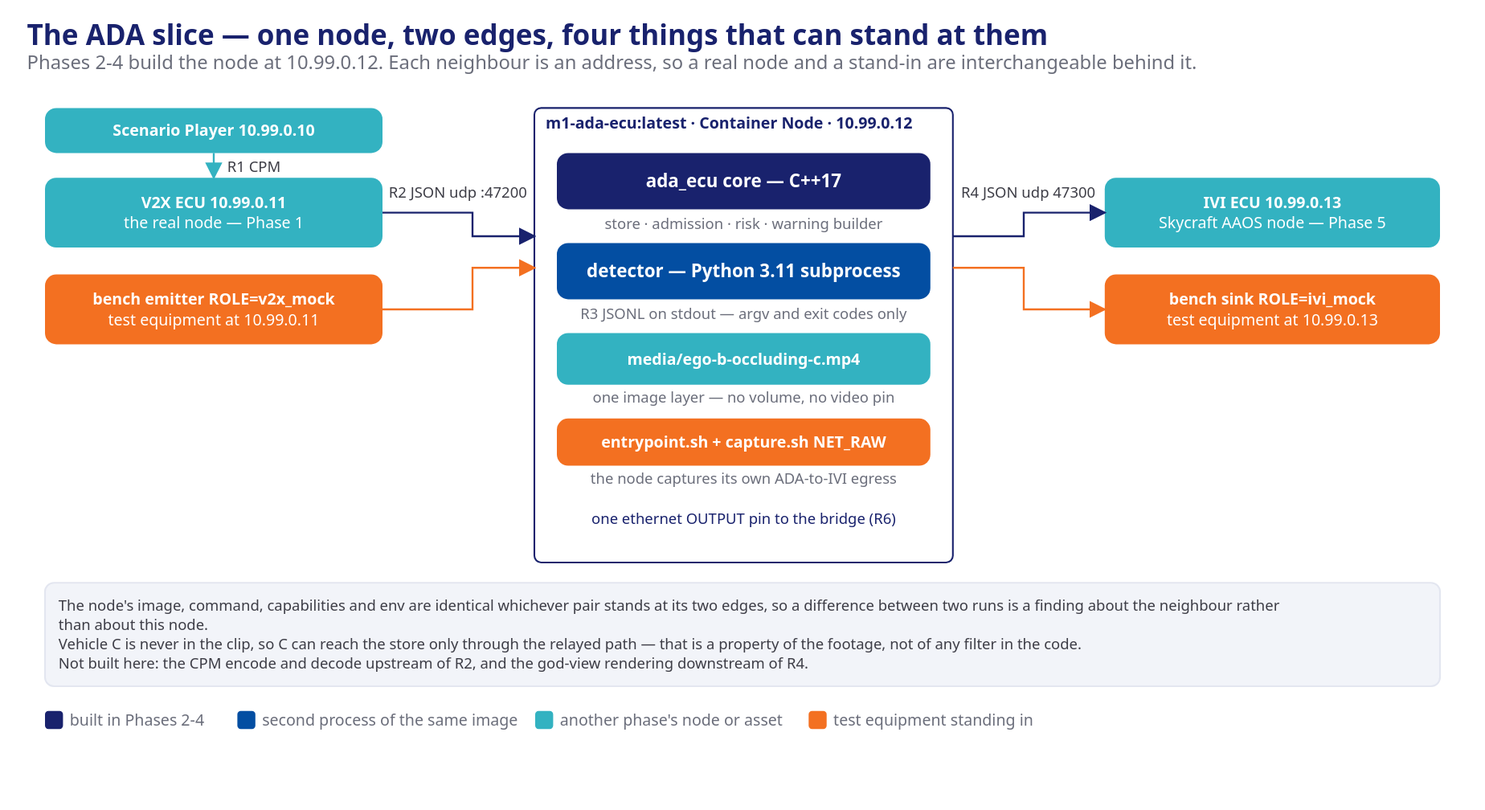
The draw.io diagram presentation/assets/phase2-4-ada-slice.svg in mnpham2101/FPT-Hackathon2026, before a commit. Source tidied: cells renumbered, new cells last; positions are measured from the earlier drawing's top-left corner, leaving out a move shared by most shapes. The source it was exported from:
```xml
<mxGraphModel>
  <root>
    <mxCell id="0" />
    <mxCell id="1" parent="0" />
    <mxCell id="2" value="The ADA slice — one node, two edges, four things that can stand at them" style="text;html=1;align=left;verticalAlign=middle;fontSize=25.0;fontColor=#19226D;fontStyle=1;" parent="1" vertex="1">
      <mxGeometry width="1272" height="22" as="geometry" />
    </mxCell>
    <mxCell id="3" value="Phases 2-4 build the node at 10.99.0.12. Each neighbour is an address, so a real node and a stand-in are interchangeable behind it." style="text;html=1;align=left;verticalAlign=middle;fontSize=17.0;fontColor=#6b6e7b;fontStyle=0;" parent="1" vertex="1">
      <mxGeometry y="24" width="1272" height="22" as="geometry" />
    </mxCell>
    <mxCell id="4" value="m1-ada-ecu:latest  ·  Container Node  ·  10.99.0.12" style="rounded=1;arcSize=6;html=1;fillColor=none;strokeColor=#19226D;fontColor=#19226D;fontSize=14.0;fontStyle=1;verticalAlign=top;align=left;spacingLeft=10;spacingTop=4;dashed=0;" parent="1" vertex="1">
      <mxGeometry x="451" y="76" width="372" height="404" as="geometry" />
    </mxCell>
    <mxCell id="5" value="ada_ecu core — C++17" style="rounded=1;arcSize=10;html=1;fillColor=#19226D;strokeColor=none;fontColor=#ffffff;fontSize=16.0;fontStyle=1;whiteSpace=wrap;verticalAlign=middle;align=center;" parent="1" vertex="1">
      <mxGeometry x="471" y="116" width="332" height="50" as="geometry" />
    </mxCell>
    <mxCell id="6" value="store · admission · risk · warning builder" style="text;html=1;align=center;verticalAlign=middle;fontSize=13.2;fontColor=#6b6e7b;fontStyle=0;" parent="1" vertex="1">
      <mxGeometry x="471" y="170" width="332" height="18" as="geometry" />
    </mxCell>
    <mxCell id="7" value="detector — Python 3.11 subprocess" style="rounded=1;arcSize=10;html=1;fillColor=#034EA2;strokeColor=none;fontColor=#ffffff;fontSize=16.0;fontStyle=1;whiteSpace=wrap;verticalAlign=middle;align=center;" parent="1" vertex="1">
      <mxGeometry x="471" y="196" width="332" height="50" as="geometry" />
    </mxCell>
    <mxCell id="8" value="R3 JSONL on stdout — argv and exit codes only" style="text;html=1;align=center;verticalAlign=middle;fontSize=13.2;fontColor=#6b6e7b;fontStyle=0;" parent="1" vertex="1">
      <mxGeometry x="471" y="250" width="332" height="18" as="geometry" />
    </mxCell>
    <mxCell id="9" value="media/ego-b-occluding-c.mp4" style="rounded=1;arcSize=10;html=1;fillColor=#33B2C1;strokeColor=none;fontColor=#ffffff;fontSize=14.0;fontStyle=1;whiteSpace=wrap;verticalAlign=middle;align=center;" parent="1" vertex="1">
      <mxGeometry x="471" y="276" width="332" height="46" as="geometry" />
    </mxCell>
    <mxCell id="10" value="one image layer — no volume, no video pin" style="text;html=1;align=center;verticalAlign=middle;fontSize=13.2;fontColor=#6b6e7b;fontStyle=0;" parent="1" vertex="1">
      <mxGeometry x="471" y="324" width="332" height="18" as="geometry" />
    </mxCell>
    <mxCell id="11" value="entrypoint.sh + capture.sh   NET_RAW" style="rounded=1;arcSize=10;html=1;fillColor=#F37021;strokeColor=none;fontColor=#ffffff;fontSize=14.0;fontStyle=1;whiteSpace=wrap;verticalAlign=middle;align=center;" parent="1" vertex="1">
      <mxGeometry x="471" y="352" width="332" height="42" as="geometry" />
    </mxCell>
    <mxCell id="12" value="the node captures its own ADA-to-IVI egress" style="text;html=1;align=center;verticalAlign=middle;fontSize=13.2;fontColor=#6b6e7b;fontStyle=0;" parent="1" vertex="1">
      <mxGeometry x="471" y="396" width="332" height="18" as="geometry" />
    </mxCell>
    <mxCell id="13" value="one ethernet OUTPUT pin to the bridge (R6)" style="text;html=1;align=center;verticalAlign=middle;fontSize=13.2;fontColor=#19226D;fontStyle=0;" parent="1" vertex="1">
      <mxGeometry x="471" y="432" width="332" height="18" as="geometry" />
    </mxCell>
    <mxCell id="14" value="Scenario Player   10.99.0.10" style="rounded=1;arcSize=10;html=1;fillColor=#33B2C1;strokeColor=none;fontColor=#ffffff;fontSize=14.0;fontStyle=1;whiteSpace=wrap;verticalAlign=middle;align=center;" parent="1" vertex="1">
      <mxGeometry x="16" y="76" width="300" height="40" as="geometry" />
    </mxCell>
    <mxCell id="15" value="V2X ECU   10.99.0.11&#10;the real node — Phase 1" style="rounded=1;arcSize=10;html=1;fillColor=#33B2C1;strokeColor=none;fontColor=#ffffff;fontSize=14.0;fontStyle=1;whiteSpace=wrap;verticalAlign=middle;align=center;" parent="1" vertex="1">
      <mxGeometry x="16" y="138" width="300" height="62" as="geometry" />
    </mxCell>
    <mxCell id="16" value="bench emitter   ROLE=v2x_mock&#10;test equipment at 10.99.0.11" style="rounded=1;arcSize=10;html=1;fillColor=#F37021;strokeColor=none;fontColor=#ffffff;fontSize=14.0;fontStyle=1;whiteSpace=wrap;verticalAlign=middle;align=center;" parent="1" vertex="1">
      <mxGeometry x="16" y="224" width="300" height="62" as="geometry" />
    </mxCell>
    <mxCell id="17" value="R1 CPM" style="html=1;endArrow=block;endFill=1;strokeColor=#33B2C1;edgeStyle=orthogonalEdgeStyle;rounded=0;fontSize=13.2;fontColor=#3d3d46;labelBackgroundColor=none;" parent="1" edge="1">
      <mxGeometry relative="1" as="geometry">
        <mxPoint x="166" y="116" as="sourcePoint" />
        <mxPoint x="166" y="138" as="targetPoint" />
      </mxGeometry>
    </mxCell>
    <mxCell id="18" value="R2 JSON  udp :47200" style="html=1;endArrow=block;endFill=1;strokeColor=#19226D;edgeStyle=orthogonalEdgeStyle;rounded=0;fontSize=13.2;fontColor=#3d3d46;labelBackgroundColor=none;" parent="1" edge="1">
      <mxGeometry relative="1" as="geometry">
        <mxPoint x="316" y="169" as="sourcePoint" />
        <mxPoint x="451" y="190" as="targetPoint" />
        <Array as="points">
          <mxPoint x="396" y="169" />
          <mxPoint x="396" y="190" />
        </Array>
      </mxGeometry>
    </mxCell>
    <mxCell id="19" style="html=1;endArrow=block;endFill=1;strokeColor=#F37021;edgeStyle=orthogonalEdgeStyle;rounded=0;fontSize=13.2;fontColor=#3d3d46;labelBackgroundColor=none;" parent="1" edge="1">
      <mxGeometry relative="1" as="geometry">
        <mxPoint x="316" y="255" as="sourcePoint" />
        <mxPoint x="451" y="218" as="targetPoint" />
        <Array as="points">
          <mxPoint x="396" y="255" />
          <mxPoint x="396" y="218" />
        </Array>
      </mxGeometry>
    </mxCell>
    <mxCell id="20" value="IVI ECU   10.99.0.13&#10;Skycraft AAOS node — Phase 5" style="rounded=1;arcSize=10;html=1;fillColor=#33B2C1;strokeColor=none;fontColor=#ffffff;fontSize=14.0;fontStyle=1;whiteSpace=wrap;verticalAlign=middle;align=center;" parent="1" vertex="1">
      <mxGeometry x="958" y="138" width="298" height="62" as="geometry" />
    </mxCell>
    <mxCell id="21" value="bench sink   ROLE=ivi_mock&#10;test equipment at 10.99.0.13" style="rounded=1;arcSize=10;html=1;fillColor=#F37021;strokeColor=none;fontColor=#ffffff;fontSize=14.0;fontStyle=1;whiteSpace=wrap;verticalAlign=middle;align=center;" parent="1" vertex="1">
      <mxGeometry x="958" y="224" width="298" height="62" as="geometry" />
    </mxCell>
    <mxCell id="22" value="R4 JSON  udp 47300" style="html=1;endArrow=block;endFill=1;strokeColor=#19226D;edgeStyle=orthogonalEdgeStyle;rounded=0;fontSize=13.2;fontColor=#3d3d46;labelBackgroundColor=none;" parent="1" edge="1">
      <mxGeometry relative="1" as="geometry">
        <mxPoint x="823" y="190" as="sourcePoint" />
        <mxPoint x="958" y="169" as="targetPoint" />
        <Array as="points">
          <mxPoint x="886" y="190" />
          <mxPoint x="886" y="169" />
        </Array>
      </mxGeometry>
    </mxCell>
    <mxCell id="23" style="html=1;endArrow=block;endFill=1;strokeColor=#F37021;edgeStyle=orthogonalEdgeStyle;rounded=0;fontSize=13.2;fontColor=#3d3d46;labelBackgroundColor=none;" parent="1" edge="1">
      <mxGeometry relative="1" as="geometry">
        <mxPoint x="823" y="218" as="sourcePoint" />
        <mxPoint x="958" y="255" as="targetPoint" />
        <Array as="points">
          <mxPoint x="886" y="218" />
          <mxPoint x="886" y="255" />
        </Array>
      </mxGeometry>
    </mxCell>
    <mxCell id="24" value="The node's image, command, capabilities and env are identical whichever pair stands at its two edges, so a difference between two runs is a finding about the neighbour rather&#10;than about this node.&#10;Vehicle C is never in the clip, so C can reach the store only through the relayed path — that is a property of the footage, not of any filter in the code.&#10;Not built here: the CPM encode and decode upstream of R2, and the god-view rendering downstream of R4." style="rounded=1;arcSize=8;html=1;fillColor=#f2f4f9;strokeColor=#e3e6f0;fontColor=#3d3d46;fontSize=13.2;fontStyle=0;whiteSpace=wrap;verticalAlign=middle;align=left;" parent="1" vertex="1">
      <mxGeometry x="16" y="498" width="1240" height="92" as="geometry" />
    </mxCell>
    <mxCell id="25" style="rounded=1;arcSize=3;html=1;fillColor=#19226D;strokeColor=none;fontColor=#ffffff;fontSize=14.0;fontStyle=1;whiteSpace=wrap;verticalAlign=middle;align=center;" parent="1" vertex="1">
      <mxGeometry x="16" y="612" width="16" height="16" as="geometry" />
    </mxCell>
    <mxCell id="26" value="built in Phases 2-4" style="text;html=1;align=left;verticalAlign=middle;fontSize=14.0;fontColor=#6b6e7b;fontStyle=0;" parent="1" vertex="1">
      <mxGeometry x="38" y="610" width="148" height="20" as="geometry" />
    </mxCell>
    <mxCell id="27" style="rounded=1;arcSize=3;html=1;fillColor=#034EA2;strokeColor=none;fontColor=#ffffff;fontSize=14.0;fontStyle=1;whiteSpace=wrap;verticalAlign=middle;align=center;" parent="1" vertex="1">
      <mxGeometry x="187" y="612" width="16" height="16" as="geometry" />
    </mxCell>
    <mxCell id="28" value="second process of the same image" style="text;html=1;align=left;verticalAlign=middle;fontSize=14.0;fontColor=#6b6e7b;fontStyle=0;" parent="1" vertex="1">
      <mxGeometry x="209" y="610" width="242" height="20" as="geometry" />
    </mxCell>
    <mxCell id="29" style="rounded=1;arcSize=3;html=1;fillColor=#33B2C1;strokeColor=none;fontColor=#ffffff;fontSize=14.0;fontStyle=1;whiteSpace=wrap;verticalAlign=middle;align=center;" parent="1" vertex="1">
      <mxGeometry x="451.7" y="612" width="16" height="16" as="geometry" />
    </mxCell>
    <mxCell id="30" value="another phase's node or asset" style="text;html=1;align=left;verticalAlign=middle;fontSize=14.0;fontColor=#6b6e7b;fontStyle=0;" parent="1" vertex="1">
      <mxGeometry x="473.7" y="610" width="221" height="20" as="geometry" />
    </mxCell>
    <mxCell id="31" style="rounded=1;arcSize=3;html=1;fillColor=#F37021;strokeColor=none;fontColor=#ffffff;fontSize=14.0;fontStyle=1;whiteSpace=wrap;verticalAlign=middle;align=center;" parent="1" vertex="1">
      <mxGeometry x="694.8" y="612" width="16" height="16" as="geometry" />
    </mxCell>
    <mxCell id="32" value="test equipment standing in" style="text;html=1;align=left;verticalAlign=middle;fontSize=14.0;fontColor=#6b6e7b;fontStyle=0;" parent="1" vertex="1">
      <mxGeometry x="716.8" y="610" width="199" height="20" as="geometry" />
    </mxCell>
  </root>
</mxGraphModel>
```
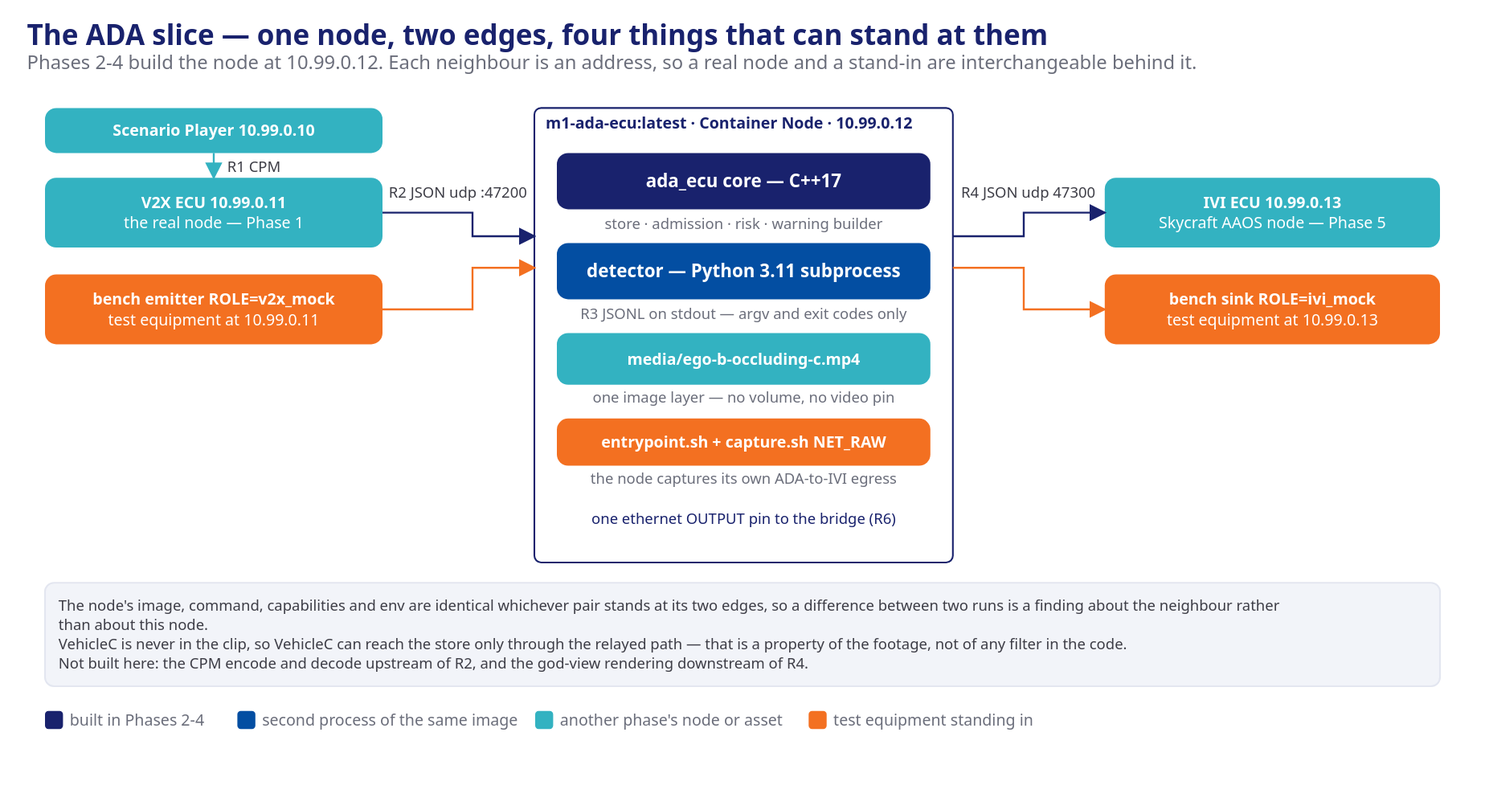
The same diagram one commit later.

The edit, as a diff of the source:
```diff
@@ -99,7 +99,7 @@
         </Array>
       </mxGeometry>
     </mxCell>
-    <mxCell id="24" value="The node's image, command, capabilities and env are identical whichever pair stands at its two edges, so a difference between two runs is a finding about the neighbour rather&#10;than about this node.&#10;Vehicle C is never in the clip, so C can reach the store only through the relayed path — that is a property of the footage, not of any filter in the code.&#10;Not built here: the CPM encode and decode upstream of R2, and the god-view rendering downstream of R4." style="rounded=1;arcSize=8;html=1;fillColor=#f2f4f9;strokeColor=#e3e6f0;fontColor=#3d3d46;fontSize=13.2;fontStyle=0;whiteSpace=wrap;verticalAlign=middle;align=left;" parent="1" vertex="1">
+    <mxCell id="24" value="The node's image, command, capabilities and env are identical whichever pair stands at its two edges, so a difference between two runs is a finding about the neighbour rather&#10;than about this node.&#10;VehicleC is never in the clip, so VehicleC can reach the store only through the relayed path — that is a property of the footage, not of any filter in the code.&#10;Not built here: the CPM encode and decode upstream of R2, and the god-view rendering downstream of R4." style="rounded=1;arcSize=8;html=1;fillColor=#f2f4f9;strokeColor=#e3e6f0;fontColor=#3d3d46;fontSize=13.2;fontStyle=0;whiteSpace=wrap;verticalAlign=middle;align=left;" parent="1" vertex="1">
       <mxGeometry x="16" y="498" width="1240" height="92" as="geometry" />
     </mxCell>
     <mxCell id="25" style="rounded=1;arcSize=3;html=1;fillColor=#19226D;strokeColor=none;fontColor=#ffffff;fontSize=14.0;fontStyle=1;whiteSpace=wrap;verticalAlign=middle;align=center;" parent="1" vertex="1">
```
